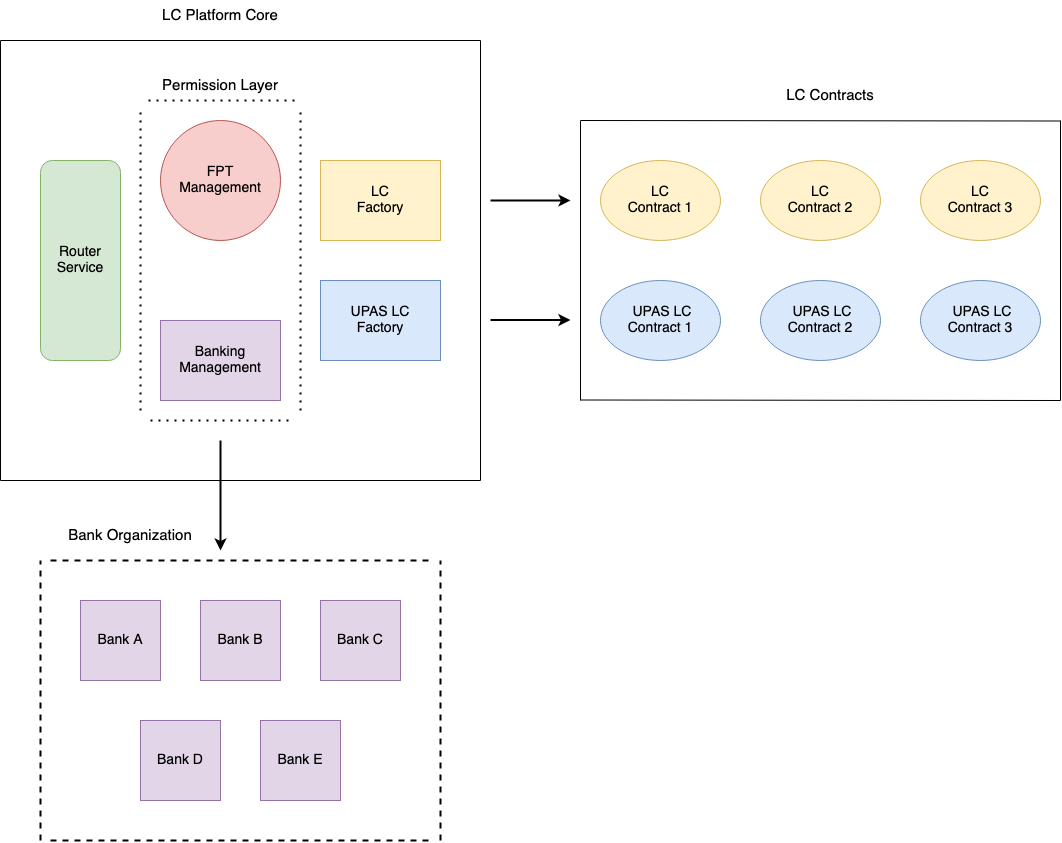
The draw.io diagram images/LCPlatform.png in FPT-Blockchain-Lab/docs, before a commit. Source tidied: cells renumbered, new cells last; positions are measured from the earlier drawing's top-left corner, leaving out a move shared by most shapes.
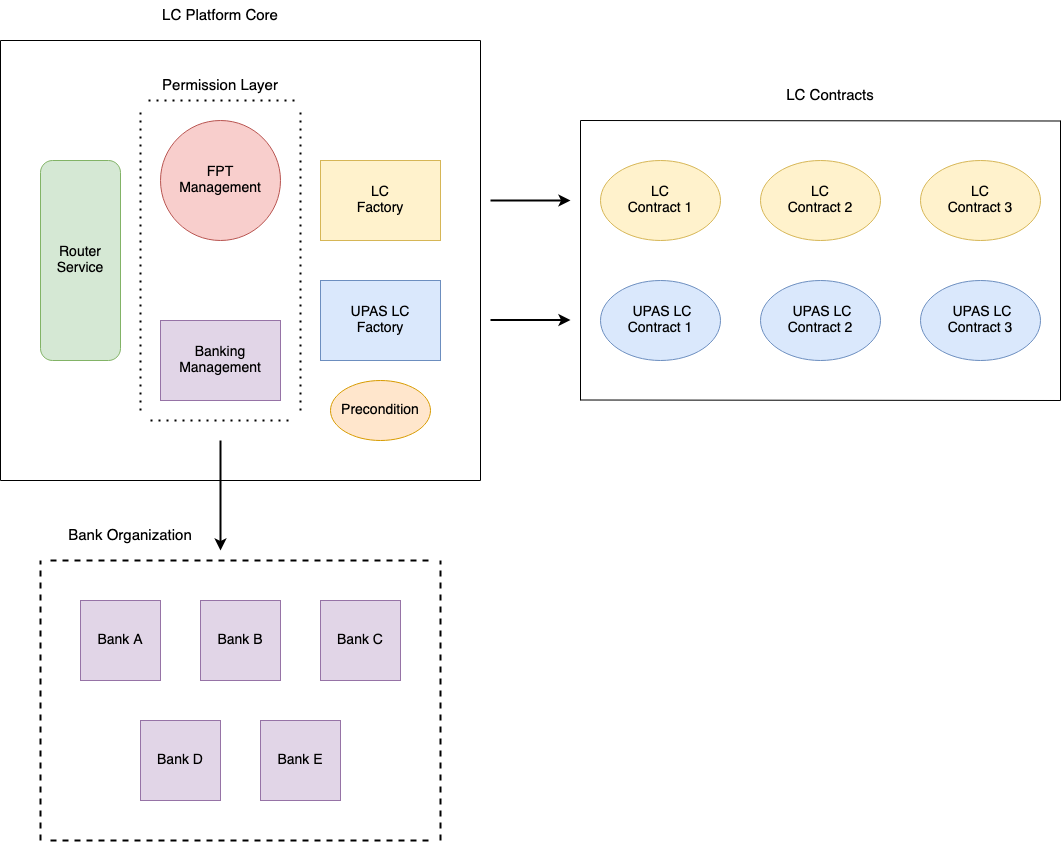
After the commit.

Diff of the diagram source:
```diff
@@ -176,5 +176,8 @@
     <mxCell id="40" value="Bank Organization" style="text;html=1;strokeColor=none;fillColor=none;align=center;verticalAlign=middle;whiteSpace=wrap;rounded=0;fontSize=15;" parent="1" vertex="1">
       <mxGeometry x="40" y="520" width="180" height="30" as="geometry" />
     </mxCell>
+    <mxCell id="41" value="&lt;font style=&quot;font-size: 14px&quot;&gt;Precondition&lt;/font&gt;" style="ellipse;whiteSpace=wrap;html=1;fillColor=#ffe6cc;strokeColor=#d79b00;" parent="1" vertex="1">
+      <mxGeometry x="330" y="380" width="100" height="60" as="geometry" />
+    </mxCell>
   </root>
 </mxGraphModel>
```
